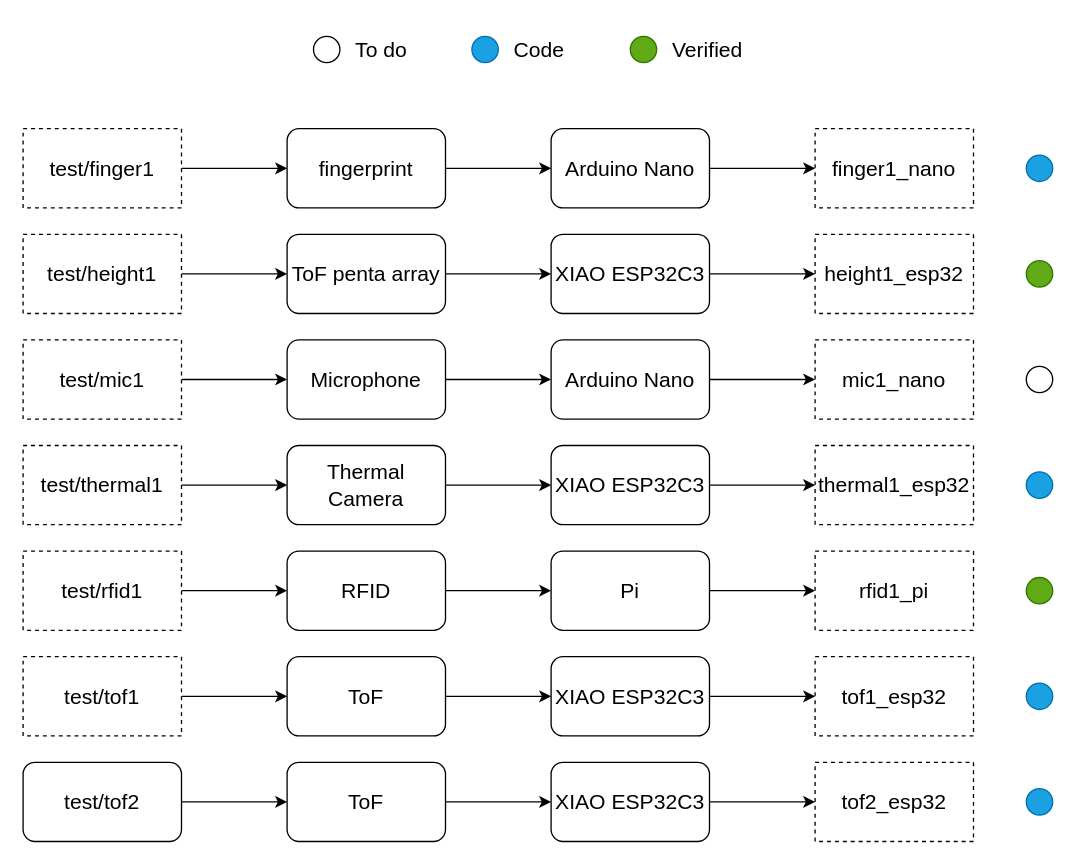
Earlier version of the draw.io diagram devices.drawio (utsanpb2-234/Reminder-IoT). Source tidied: cells renumbered, new cells numbered last; positions are measured from the earlier drawing's top-left corner, leaving out a move shared by most shapes. Both pictures are drawn from the tidied source at 132%, with x=0, y=0 at pixel (22, 22).
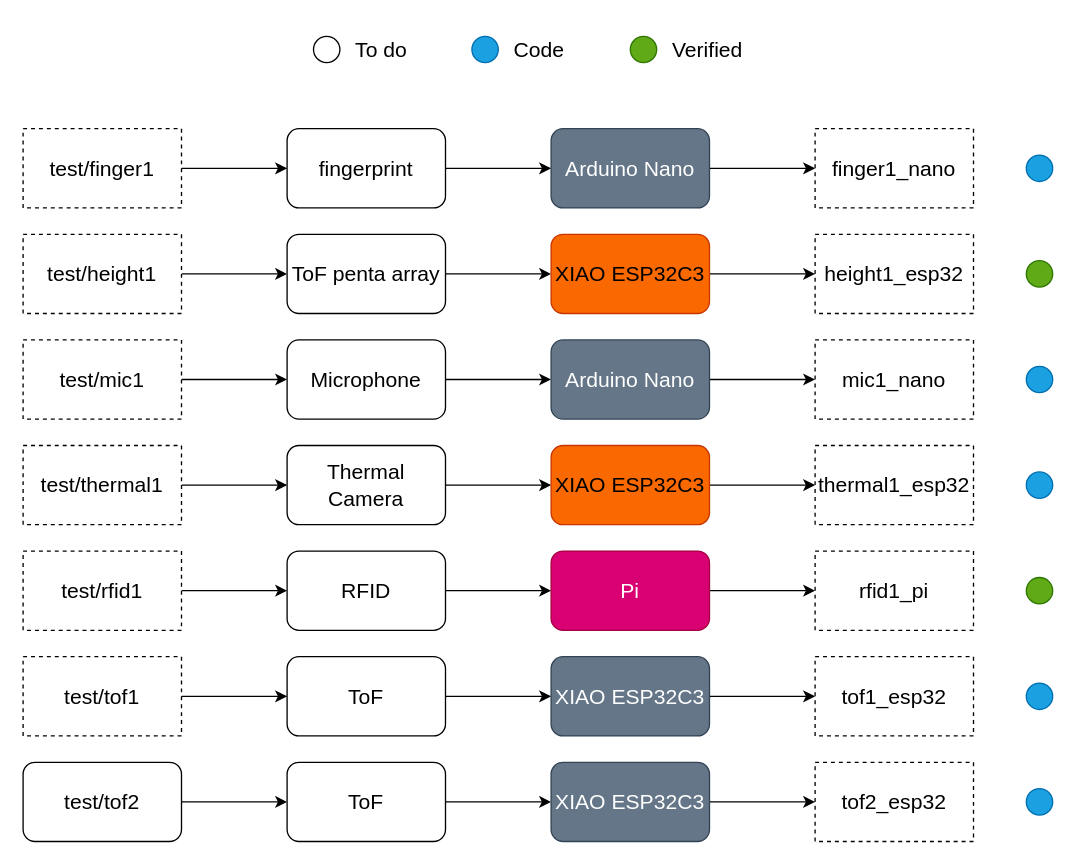
The same page after the edit.

What changed in the source:
```diff
@@
-    <mxCell id="5" value="Arduino Nano" style="rounded=1;whiteSpace=wrap;html=1;fontSize=16;" parent="1" vertex="1">
+    <mxCell id="5" value="Arduino Nano" style="rounded=1;whiteSpace=wrap;html=1;fontSize=16;fillColor=#647687;fontColor=#ffffff;strokeColor=#314354;" parent="1" vertex="1">
       <mxGeometry x="400" y="80" width="120" height="60" as="geometry" />
     </mxCell>
@@
-    <mxCell id="9" value="XIAO ESP32C3" style="rounded=1;whiteSpace=wrap;html=1;fontSize=16;" parent="1" vertex="1">
+    <mxCell id="9" value="XIAO ESP32C3" style="rounded=1;whiteSpace=wrap;html=1;fontSize=16;fillColor=#fa6800;fontColor=#000000;strokeColor=#C73500;" parent="1" vertex="1">
       <mxGeometry x="400" y="160" width="120" height="60" as="geometry" />
     </mxCell>
@@
-    <mxCell id="13" value="Arduino Nano" style="whiteSpace=wrap;html=1;rounded=1;fontSize=16;" parent="1" vertex="1">
+    <mxCell id="13" value="Arduino Nano" style="whiteSpace=wrap;html=1;rounded=1;fontSize=16;fillColor=#647687;fontColor=#ffffff;strokeColor=#314354;" parent="1" vertex="1">
       <mxGeometry x="400" y="240" width="120" height="60" as="geometry" />
     </mxCell>
@@
-    <mxCell id="17" value="XIAO ESP32C3" style="whiteSpace=wrap;html=1;rounded=1;fontSize=16;" parent="1" vertex="1">
+    <mxCell id="17" value="XIAO ESP32C3" style="whiteSpace=wrap;html=1;rounded=1;fontSize=16;fillColor=#fa6800;fontColor=#000000;strokeColor=#C73500;" parent="1" vertex="1">
       <mxGeometry x="400" y="320" width="120" height="60" as="geometry" />
     </mxCell>
@@
-    <mxCell id="21" value="Pi" style="whiteSpace=wrap;html=1;rounded=1;fontSize=16;" parent="1" vertex="1">
+    <mxCell id="21" value="Pi" style="whiteSpace=wrap;html=1;rounded=1;fontSize=16;fillColor=#d80073;fontColor=#ffffff;strokeColor=#A50040;" parent="1" vertex="1">
       <mxGeometry x="400" y="400" width="120" height="60" as="geometry" />
     </mxCell>
@@
-    <mxCell id="25" value="XIAO ESP32C3" style="whiteSpace=wrap;html=1;rounded=1;fontSize=16;" parent="1" vertex="1">
+    <mxCell id="25" value="XIAO ESP32C3" style="whiteSpace=wrap;html=1;rounded=1;fontSize=16;fillColor=#647687;fontColor=#ffffff;strokeColor=#314354;" parent="1" vertex="1">
       <mxGeometry x="400" y="480" width="120" height="60" as="geometry" />
     </mxCell>
@@
-    <mxCell id="40" style="ellipse;whiteSpace=wrap;html=1;" parent="1" vertex="1">
+    <mxCell id="40" style="ellipse;whiteSpace=wrap;html=1;fillColor=#1ba1e2;fontColor=#ffffff;strokeColor=#006EAF;" parent="1" vertex="1">
       <mxGeometry x="760" y="260" width="20" height="20" as="geometry" />
     </mxCell>
@@
-    <mxCell id="47" value="XIAO ESP32C3" style="whiteSpace=wrap;html=1;rounded=1;fontSize=16;" parent="1" vertex="1">
+    <mxCell id="47" value="XIAO ESP32C3" style="whiteSpace=wrap;html=1;rounded=1;fontSize=16;fillColor=#647687;fontColor=#ffffff;strokeColor=#314354;" parent="1" vertex="1">
       <mxGeometry x="400" y="560" width="120" height="60" as="geometry" />
     </mxCell>
```
